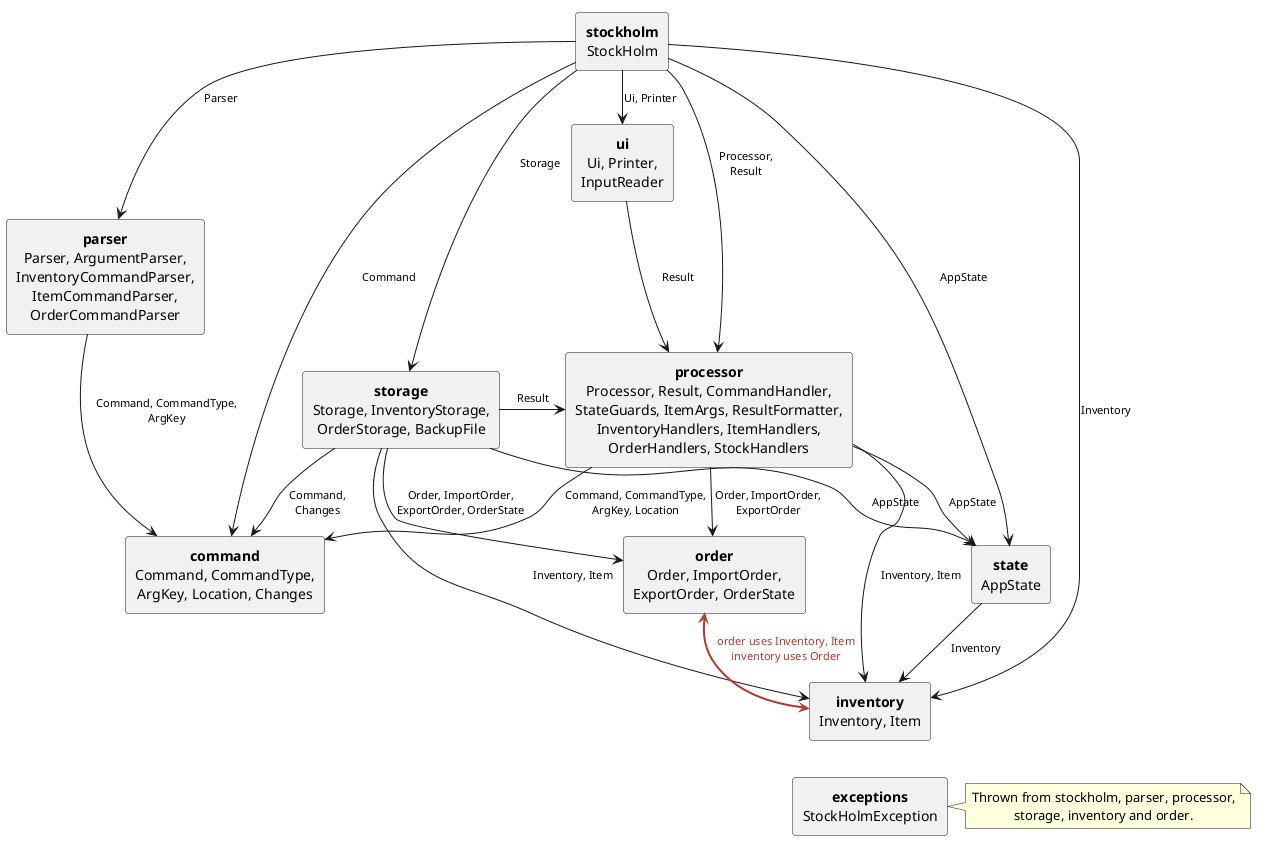
The PlantUML diagram docs/images/CouplingDiagram.png in AY2627S1-CS2113-W14-4/tp, before a commit.
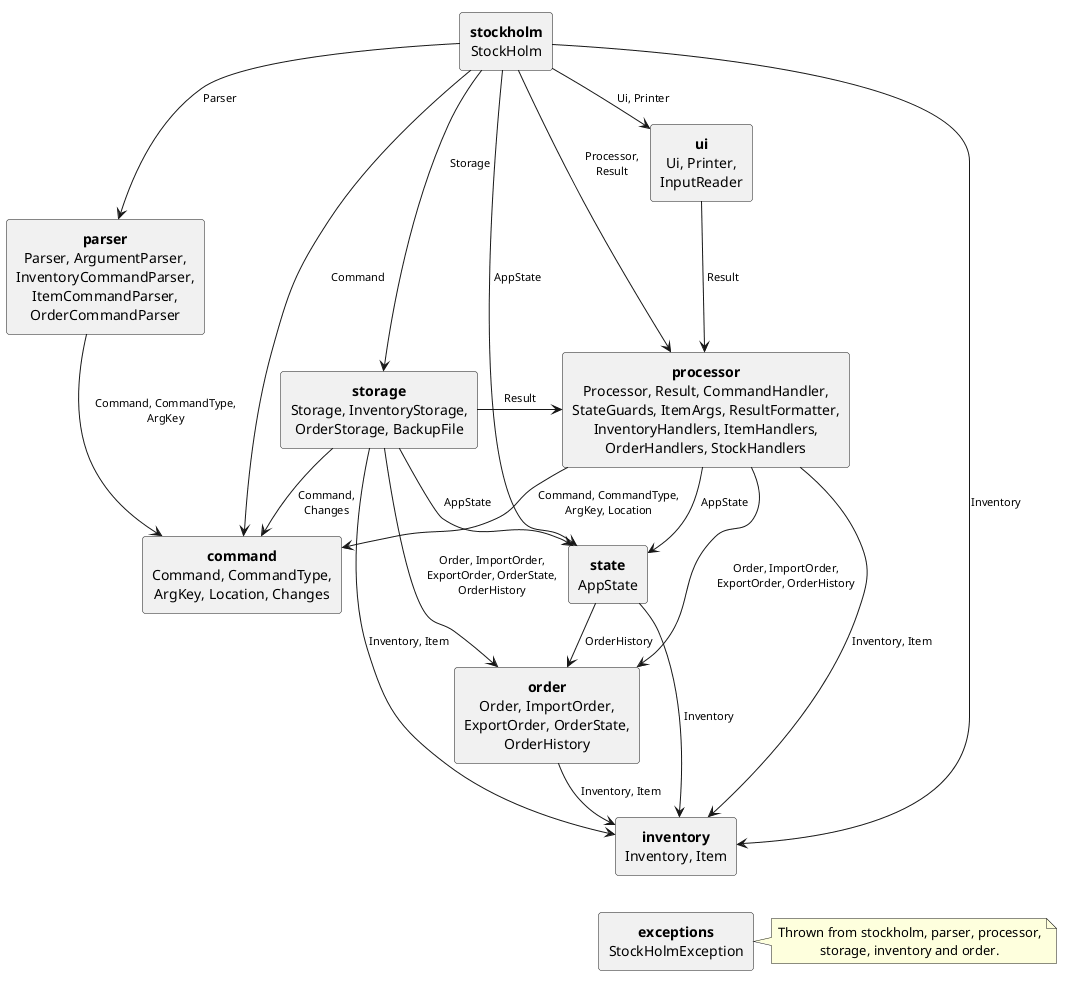
The same file after the commit.

The edit, as a diff of the source:
```diff
@@ -15,7 +15,7 @@
 rectangle "**processor**\nProcessor, Result, CommandHandler,\nStateGuards, ItemArgs, ResultFormatter,\nInventoryHandlers, ItemHandlers,\nOrderHandlers, StockHandlers" as processor
 rectangle "**command**\nCommand, CommandType,\nArgKey, Location, Changes" as command
 rectangle "**state**\nAppState" as state
-rectangle "**order**\nOrder, ImportOrder,\nExportOrder, OrderState" as order
+rectangle "**order**\nOrder, ImportOrder,\nExportOrder, OrderState,\nOrderHistory" as order
 rectangle "**inventory**\nInventory, Item" as inventory
 rectangle "**exceptions**\nStockHolmException" as exceptions
 
@@ -32,14 +32,15 @@
 storage -right-> processor : Result
 storage -down-> command : Command,\nChanges
 storage -down-> state : AppState
-storage -down-> order : Order, ImportOrder,\nExportOrder, OrderState
+storage -down-> order : Order, ImportOrder,\nExportOrder, OrderState,\nOrderHistory
 storage -down-> inventory : Inventory, Item
 processor -down-> command : Command, CommandType,\nArgKey, Location
 processor -down-> state : AppState
-processor -down-> order : Order, ImportOrder,\nExportOrder
+processor -down-> order : Order, ImportOrder,\nExportOrder, OrderHistory
 processor -down-> inventory : Inventory, Item
 state -down-> inventory : Inventory
-order <-[#B03A2E,bold]down-> inventory : <color:#B03A2E>order uses Inventory, Item</color>\n<color:#B03A2E>inventory uses Order</color>
+state -down-> order : OrderHistory
+order -down-> inventory : Inventory, Item
 
 note right of exceptions
     Thrown from stockholm, parser, processor,
```
